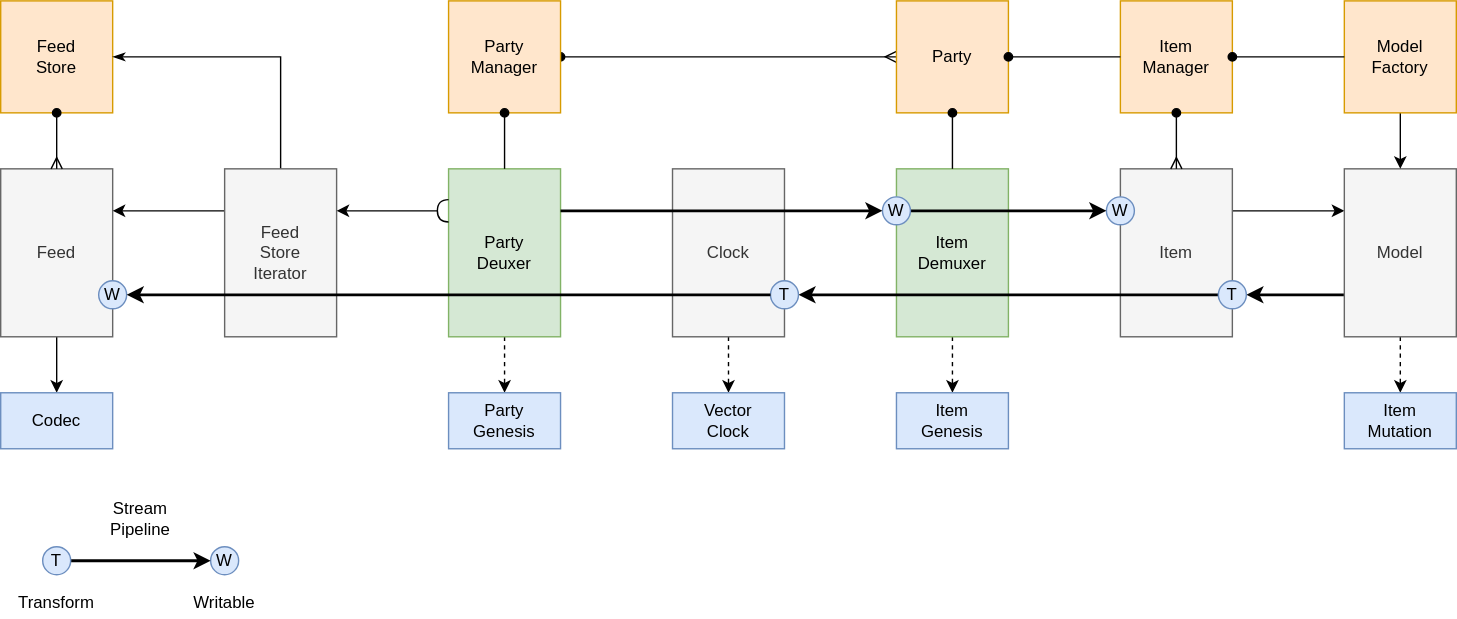
Before: docs/content/diagrams/sreams.svg, a diagram exported from draw.io (dxos/dxos). Source tidied: cells renumbered, new cells last; positions are measured from the earlier drawing's top-left corner, leaving out a move shared by most shapes.
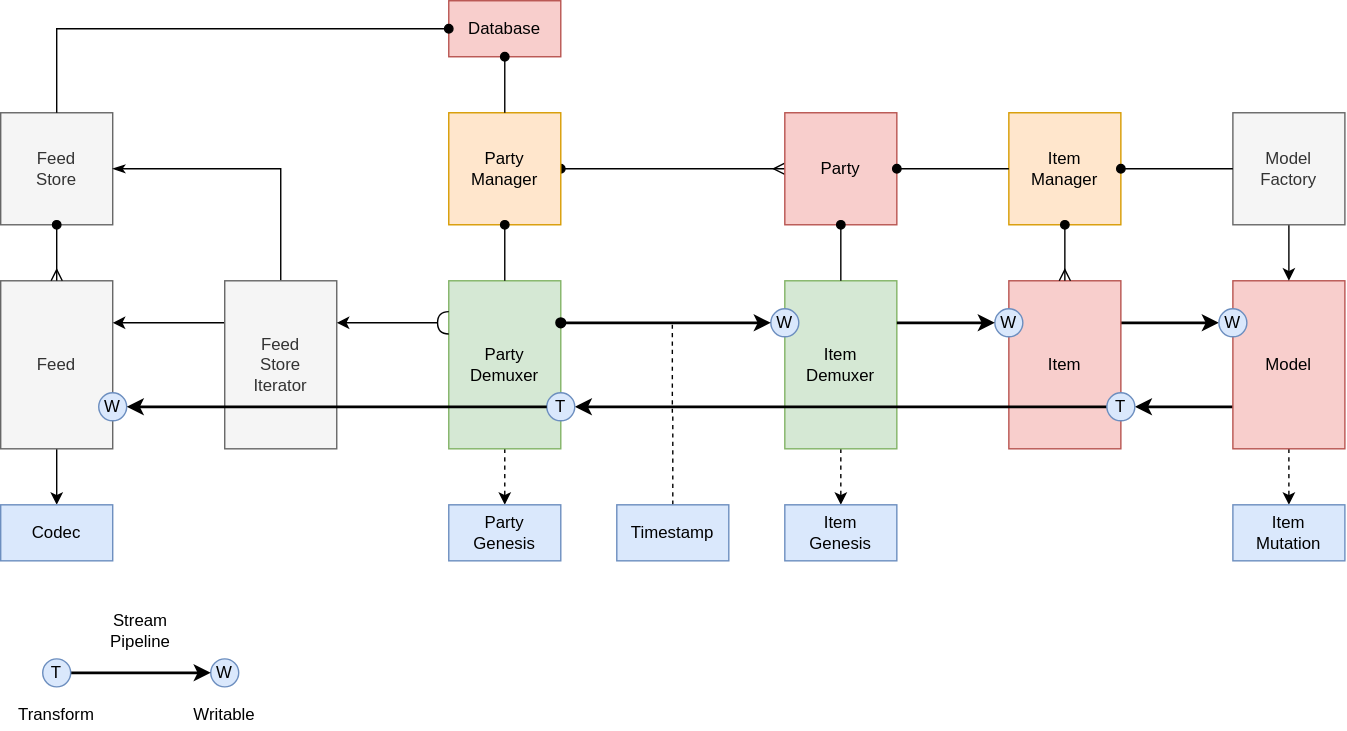
Later version of the same file.

Change to the diagram source:
```diff
@@ -6,7 +6,7 @@
       <mxGeometry relative="1" as="geometry" />
     </mxCell>
     <mxCell id="3" value="Feed" style="rounded=0;whiteSpace=wrap;html=1;fillColor=#f5f5f5;strokeColor=#666666;fontColor=#333333;" parent="1" vertex="1">
-      <mxGeometry y="120" width="80" height="120" as="geometry" />
+      <mxGeometry x="40" y="200" width="80" height="120" as="geometry" />
     </mxCell>
     <mxCell id="4" style="edgeStyle=orthogonalEdgeStyle;rounded=0;jettySize=auto;html=1;entryX=0;entryY=0.5;entryDx=0;entryDy=0;startArrow=oval;startFill=1;endArrow=ERmany;endFill=0;exitX=1;exitY=0.5;exitDx=0;exitDy=0;" parent="1" edge="1" source="50" target="22">
       <mxGeometry relative="1" as="geometry" />
@@ -14,20 +14,20 @@
     <mxCell id="5" style="edgeStyle=orthogonalEdgeStyle;rounded=0;jettySize=auto;html=1;exitX=0.5;exitY=1;exitDx=0;exitDy=0;startArrow=none;startFill=0;endArrow=classic;endFill=1;strokeWidth=1;dashed=1;" parent="1" edge="1" source="6" target="43">
       <mxGeometry relative="1" as="geometry" />
     </mxCell>
-    <mxCell id="6" value="Party&lt;br&gt;Deuxer" style="rounded=0;whiteSpace=wrap;html=1;fillColor=#d5e8d4;strokeColor=#82b366;" parent="1" vertex="1">
-      <mxGeometry x="320" y="120" width="80" height="120" as="geometry" />
+    <mxCell id="6" value="Party&lt;br&gt;Demuxer" style="rounded=0;whiteSpace=wrap;html=1;fillColor=#d5e8d4;strokeColor=#82b366;" parent="1" vertex="1">
+      <mxGeometry x="360" y="200" width="80" height="120" as="geometry" />
     </mxCell>
     <mxCell id="7" style="edgeStyle=orthogonalEdgeStyle;rounded=0;jettySize=auto;html=1;exitX=0.5;exitY=1;exitDx=0;exitDy=0;entryX=0.5;entryY=0;entryDx=0;entryDy=0;dashed=1;startArrow=none;startFill=0;endArrow=classic;endFill=1;strokeWidth=1;" parent="1" edge="1" source="8" target="44">
       <mxGeometry relative="1" as="geometry" />
     </mxCell>
     <mxCell id="8" value="Item&lt;br&gt;Demuxer" style="rounded=0;whiteSpace=wrap;html=1;fillColor=#d5e8d4;strokeColor=#82b366;" parent="1" vertex="1">
-      <mxGeometry x="640" y="120" width="80" height="120" as="geometry" />
+      <mxGeometry x="600" y="200" width="80" height="120" as="geometry" />
     </mxCell>
-    <mxCell id="9" style="edgeStyle=orthogonalEdgeStyle;rounded=0;jettySize=auto;html=1;exitX=1;exitY=0.25;exitDx=0;exitDy=0;entryX=0;entryY=0.25;entryDx=0;entryDy=0;" parent="1" edge="1" source="10" target="13">
+    <mxCell id="9" style="edgeStyle=orthogonalEdgeStyle;rounded=0;jettySize=auto;html=1;strokeWidth=2;" parent="1" edge="1" source="17" target="54">
       <mxGeometry relative="1" as="geometry" />
     </mxCell>
-    <mxCell id="10" value="Item" style="rounded=0;whiteSpace=wrap;html=1;fillColor=#f5f5f5;strokeColor=#666666;fontColor=#333333;" parent="1" vertex="1">
-      <mxGeometry x="800" y="120" width="80" height="120" as="geometry" />
+    <mxCell id="10" value="Item" style="rounded=0;whiteSpace=wrap;html=1;fillColor=#f8cecc;strokeColor=#b85450;" parent="1" vertex="1">
+      <mxGeometry x="760" y="200" width="80" height="120" as="geometry" />
     </mxCell>
     <mxCell id="11" style="edgeStyle=orthogonalEdgeStyle;rounded=0;jettySize=auto;html=1;exitX=0;exitY=0.75;exitDx=0;exitDy=0;entryX=1;entryY=0.5;entryDx=0;entryDy=0;strokeWidth=2;" parent="1" edge="1" source="13" target="16">
       <mxGeometry relative="1" as="geometry" />
@@ -35,38 +35,40 @@
     <mxCell id="12" style="edgeStyle=orthogonalEdgeStyle;rounded=0;jettySize=auto;html=1;exitX=0.5;exitY=1;exitDx=0;exitDy=0;dashed=1;startArrow=none;startFill=0;endArrow=classic;endFill=1;strokeWidth=1;" parent="1" edge="1" source="13" target="45">
       <mxGeometry relative="1" as="geometry" />
     </mxCell>
-    <mxCell id="13" value="Model" style="rounded=0;whiteSpace=wrap;html=1;fillColor=#f5f5f5;strokeColor=#666666;fontColor=#333333;" parent="1" vertex="1">
-      <mxGeometry x="960" y="120" width="80" height="120" as="geometry" />
+    <mxCell id="13" value="Model" style="rounded=0;whiteSpace=wrap;html=1;fillColor=#f8cecc;strokeColor=#b85450;" parent="1" vertex="1">
+      <mxGeometry x="920" y="200" width="80" height="120" as="geometry" />
     </mxCell>
     <mxCell id="14" value="W" style="ellipse;whiteSpace=wrap;html=1;fillColor=#dae8fc;strokeColor=#6c8ebf;" parent="1" vertex="1">
-      <mxGeometry x="70" y="200" width="20" height="20" as="geometry" />
+      <mxGeometry x="110" y="280" width="20" height="20" as="geometry" />
     </mxCell>
     <mxCell id="15" style="edgeStyle=orthogonalEdgeStyle;rounded=0;jettySize=auto;html=1;exitX=0;exitY=0.5;exitDx=0;exitDy=0;entryX=1;entryY=0.5;entryDx=0;entryDy=0;strokeWidth=2;" parent="1" edge="1" source="16" target="30">
       <mxGeometry relative="1" as="geometry" />
     </mxCell>
     <mxCell id="16" value="T" style="ellipse;whiteSpace=wrap;html=1;fillColor=#dae8fc;strokeColor=#6c8ebf;" parent="1" vertex="1">
-      <mxGeometry x="870" y="200" width="20" height="20" as="geometry" />
+      <mxGeometry x="830" y="280" width="20" height="20" as="geometry" />
     </mxCell>
     <mxCell id="17" value="W" style="ellipse;whiteSpace=wrap;html=1;fillColor=#dae8fc;strokeColor=#6c8ebf;" parent="1" vertex="1">
-      <mxGeometry x="790" y="140" width="20" height="20" as="geometry" />
+      <mxGeometry x="750" y="220" width="20" height="20" as="geometry" />
     </mxCell>
-    <mxCell id="18" style="edgeStyle=orthogonalEdgeStyle;rounded=0;jettySize=auto;html=1;exitX=1;exitY=0.5;exitDx=0;exitDy=0;entryX=0;entryY=0.5;entryDx=0;entryDy=0;strokeWidth=2;" parent="1" edge="1" source="19" target="17">
-      <mxGeometry relative="1" as="geometry" />
+    <mxCell id="18" style="edgeStyle=orthogonalEdgeStyle;rounded=0;jettySize=auto;html=1;entryX=0;entryY=0.5;entryDx=0;entryDy=0;strokeWidth=2;" parent="1" edge="1" target="17">
+      <mxGeometry relative="1" as="geometry">
+        <mxPoint x="680" y="230" as="sourcePoint" />
+      </mxGeometry>
     </mxCell>
     <mxCell id="19" value="W" style="ellipse;whiteSpace=wrap;html=1;fillColor=#dae8fc;strokeColor=#6c8ebf;" parent="1" vertex="1">
-      <mxGeometry x="630" y="140" width="20" height="20" as="geometry" />
+      <mxGeometry x="590" y="220" width="20" height="20" as="geometry" />
     </mxCell>
     <mxCell id="20" value="Item&lt;br&gt;Manager" style="rounded=0;whiteSpace=wrap;html=1;fillColor=#ffe6cc;strokeColor=#d79b00;" parent="1" vertex="1">
-      <mxGeometry x="800" width="80" height="80" as="geometry" />
+      <mxGeometry x="760" y="80" width="80" height="80" as="geometry" />
     </mxCell>
     <mxCell id="21" style="edgeStyle=orthogonalEdgeStyle;rounded=0;orthogonalLoop=1;jettySize=auto;html=1;exitX=0.5;exitY=1;exitDx=0;exitDy=0;" parent="1" edge="1" source="20" target="20">
       <mxGeometry relative="1" as="geometry" />
     </mxCell>
-    <mxCell id="22" value="Party" style="rounded=0;whiteSpace=wrap;html=1;fillColor=#ffe6cc;strokeColor=#d79b00;" parent="1" vertex="1">
-      <mxGeometry x="640" width="80" height="80" as="geometry" />
+    <mxCell id="22" value="Party" style="rounded=0;whiteSpace=wrap;html=1;fillColor=#f8cecc;strokeColor=#b85450;" parent="1" vertex="1">
+      <mxGeometry x="600" y="80" width="80" height="80" as="geometry" />
     </mxCell>
-    <mxCell id="23" value="Feed&lt;br&gt;Store" style="rounded=0;whiteSpace=wrap;html=1;fillColor=#ffe6cc;strokeColor=#d79b00;" parent="1" vertex="1">
-      <mxGeometry width="80" height="80" as="geometry" />
+    <mxCell id="23" value="Feed&lt;br&gt;Store" style="rounded=0;whiteSpace=wrap;html=1;fillColor=#f5f5f5;strokeColor=#666666;fontColor=#333333;" parent="1" vertex="1">
+      <mxGeometry x="40" y="80" width="80" height="80" as="geometry" />
     </mxCell>
     <mxCell id="24" style="edgeStyle=orthogonalEdgeStyle;rounded=0;jettySize=auto;html=1;exitX=0.5;exitY=0;exitDx=0;exitDy=0;entryX=1;entryY=0.5;entryDx=0;entryDy=0;endArrow=classicThin;endFill=1;" parent="1" edge="1" source="26" target="23">
       <mxGeometry relative="1" as="geometry" />
@@ -75,19 +77,13 @@
       <mxGeometry relative="1" as="geometry" />
     </mxCell>
     <mxCell id="26" value="Feed&lt;br&gt;Store&lt;br&gt;Iterator" style="rounded=0;whiteSpace=wrap;html=1;fillColor=#f5f5f5;strokeColor=#666666;fontColor=#333333;" parent="1" vertex="1">
-      <mxGeometry x="160" y="120" width="80" height="120" as="geometry" />
+      <mxGeometry x="200" y="200" width="80" height="120" as="geometry" />
     </mxCell>
     <mxCell id="27" style="edgeStyle=orthogonalEdgeStyle;rounded=0;jettySize=auto;html=1;exitX=1;exitY=0.5;exitDx=0;exitDy=0;endArrow=none;endFill=0;startArrow=oval;startFill=1;" parent="1" edge="1" source="22" target="20">
       <mxGeometry relative="1" as="geometry" />
     </mxCell>
-    <mxCell id="28" style="edgeStyle=orthogonalEdgeStyle;rounded=0;jettySize=auto;html=1;exitX=0.5;exitY=1;exitDx=0;exitDy=0;dashed=1;startArrow=none;startFill=0;endArrow=classic;endFill=1;strokeWidth=1;" parent="1" edge="1" source="29" target="46">
-      <mxGeometry relative="1" as="geometry" />
-    </mxCell>
-    <mxCell id="29" value="Clock" style="rounded=0;whiteSpace=wrap;html=1;fillColor=#f5f5f5;strokeColor=#666666;fontColor=#333333;" parent="1" vertex="1">
-      <mxGeometry x="480" y="120" width="80" height="120" as="geometry" />
-    </mxCell>
     <mxCell id="30" value="T" style="ellipse;whiteSpace=wrap;html=1;fillColor=#dae8fc;strokeColor=#6c8ebf;" parent="1" vertex="1">
-      <mxGeometry x="550" y="200" width="20" height="20" as="geometry" />
+      <mxGeometry x="430" y="280" width="20" height="20" as="geometry" />
     </mxCell>
     <mxCell id="31" style="edgeStyle=orthogonalEdgeStyle;rounded=0;jettySize=auto;html=1;entryX=1;entryY=0.5;entryDx=0;entryDy=0;strokeWidth=2;" parent="1" edge="1" source="30" target="14">
       <mxGeometry relative="1" as="geometry" />
@@ -101,53 +97,58 @@
     <mxCell id="34" style="edgeStyle=orthogonalEdgeStyle;rounded=0;jettySize=auto;html=1;exitX=0.5;exitY=1;exitDx=0;exitDy=0;entryX=0.5;entryY=0;entryDx=0;entryDy=0;startArrow=none;startFill=0;endArrow=classic;endFill=1;strokeWidth=1;" parent="1" edge="1" source="35" target="13">
       <mxGeometry relative="1" as="geometry" />
     </mxCell>
-    <mxCell id="35" value="Model&lt;br&gt;Factory" style="rounded=0;whiteSpace=wrap;html=1;fillColor=#ffe6cc;strokeColor=#d79b00;" parent="1" vertex="1">
-      <mxGeometry x="960" width="80" height="80" as="geometry" />
+    <mxCell id="35" value="Model&lt;br&gt;Factory" style="rounded=0;whiteSpace=wrap;html=1;fillColor=#f5f5f5;strokeColor=#666666;fontColor=#333333;" parent="1" vertex="1">
+      <mxGeometry x="920" y="80" width="80" height="80" as="geometry" />
     </mxCell>
     <mxCell id="36" style="edgeStyle=orthogonalEdgeStyle;rounded=0;jettySize=auto;html=1;exitX=1;exitY=0.5;exitDx=0;exitDy=0;startArrow=oval;startFill=1;endArrow=none;endFill=0;strokeWidth=1;" parent="1" edge="1" source="20" target="35">
       <mxGeometry relative="1" as="geometry" />
     </mxCell>
     <mxCell id="37" value="Codec" style="rounded=0;whiteSpace=wrap;html=1;fillColor=#dae8fc;strokeColor=#6c8ebf;" parent="1" vertex="1">
-      <mxGeometry y="280" width="80" height="40" as="geometry" />
+      <mxGeometry x="40" y="360" width="80" height="40" as="geometry" />
     </mxCell>
     <mxCell id="38" value="W" style="ellipse;whiteSpace=wrap;html=1;fillColor=#dae8fc;strokeColor=#6c8ebf;" parent="1" vertex="1">
-      <mxGeometry x="150" y="390" width="20" height="20" as="geometry" />
+      <mxGeometry x="190" y="470" width="20" height="20" as="geometry" />
     </mxCell>
     <mxCell id="39" style="edgeStyle=orthogonalEdgeStyle;rounded=0;jettySize=auto;html=1;exitX=1;exitY=0.5;exitDx=0;exitDy=0;entryX=0;entryY=0.5;entryDx=0;entryDy=0;startArrow=none;startFill=0;endArrow=classic;endFill=1;strokeWidth=2;" parent="1" edge="1" source="40" target="38">
       <mxGeometry relative="1" as="geometry" />
     </mxCell>
     <mxCell id="40" value="T" style="ellipse;whiteSpace=wrap;html=1;fillColor=#dae8fc;strokeColor=#6c8ebf;" parent="1" vertex="1">
-      <mxGeometry x="30" y="390" width="20" height="20" as="geometry" />
+      <mxGeometry x="70" y="470" width="20" height="20" as="geometry" />
     </mxCell>
     <mxCell id="41" value="Writable" style="text;html=1;strokeColor=none;fillColor=none;align=center;verticalAlign=middle;whiteSpace=wrap;rounded=0;" parent="1" vertex="1">
-      <mxGeometry x="120" y="420" width="80" height="20" as="geometry" />
+      <mxGeometry x="160" y="500" width="80" height="20" as="geometry" />
     </mxCell>
     <mxCell id="42" value="Transform" style="text;html=1;strokeColor=none;fillColor=none;align=center;verticalAlign=middle;whiteSpace=wrap;rounded=0;" parent="1" vertex="1">
-      <mxGeometry y="420" width="80" height="20" as="geometry" />
+      <mxGeometry x="40" y="500" width="80" height="20" as="geometry" />
     </mxCell>
     <mxCell id="43" value="Party&lt;br&gt;Genesis" style="rounded=0;whiteSpace=wrap;html=1;fillColor=#dae8fc;strokeColor=#6c8ebf;" parent="1" vertex="1">
-      <mxGeometry x="320" y="280" width="80" height="40" as="geometry" />
+      <mxGeometry x="360" y="360" width="80" height="40" as="geometry" />
     </mxCell>
     <mxCell id="44" value="Item&lt;br&gt;Genesis" style="rounded=0;whiteSpace=wrap;html=1;fillColor=#dae8fc;strokeColor=#6c8ebf;" parent="1" vertex="1">
-      <mxGeometry x="640" y="280" width="80" height="40" as="geometry" />
+      <mxGeometry x="600" y="360" width="80" height="40" as="geometry" />
     </mxCell>
     <mxCell id="45" value="Item&lt;br&gt;Mutation" style="rounded=0;whiteSpace=wrap;html=1;fillColor=#dae8fc;strokeColor=#6c8ebf;" parent="1" vertex="1">
-      <mxGeometry x="960" y="280" width="80" height="40" as="geometry" />
+      <mxGeometry x="920" y="360" width="80" height="40" as="geometry" />
     </mxCell>
+    <mxCell id="53" style="edgeStyle=orthogonalEdgeStyle;rounded=0;jettySize=auto;html=1;exitX=0.5;exitY=0;exitDx=0;exitDy=0;startArrow=none;startFill=0;endArrow=none;endFill=0;strokeWidth=1;dashed=1;" parent="1" edge="1" source="46">
+      <mxGeometry relative="1" as="geometry">
+        <mxPoint x="519.7" y="230" as="targetPoint" />
+      </mxGeometry>
+    </mxCell>
-    <mxCell id="46" value="Vector&lt;br&gt;Clock" style="rounded=0;whiteSpace=wrap;html=1;fillColor=#dae8fc;strokeColor=#6c8ebf;" parent="1" vertex="1">
-      <mxGeometry x="480" y="280" width="80" height="40" as="geometry" />
+    <mxCell id="46" value="Timestamp" style="rounded=0;whiteSpace=wrap;html=1;fillColor=#dae8fc;strokeColor=#6c8ebf;" parent="1" vertex="1">
+      <mxGeometry x="480" y="360" width="80" height="40" as="geometry" />
     </mxCell>
     <mxCell id="47" value="Stream&lt;br&gt;Pipeline" style="text;html=1;strokeColor=none;fillColor=none;align=center;verticalAlign=middle;whiteSpace=wrap;rounded=0;" parent="1" vertex="1">
-      <mxGeometry x="40" y="360" width="120" height="20" as="geometry" />
+      <mxGeometry x="80" y="440" width="120" height="20" as="geometry" />
     </mxCell>
-    <mxCell id="48" style="edgeStyle=orthogonalEdgeStyle;rounded=0;jettySize=auto;html=1;exitX=1;exitY=0.25;exitDx=0;exitDy=0;strokeWidth=2;" parent="1" edge="1" source="6" target="19">
+    <mxCell id="48" style="edgeStyle=orthogonalEdgeStyle;rounded=0;jettySize=auto;html=1;exitX=1;exitY=0.25;exitDx=0;exitDy=0;strokeWidth=2;startArrow=oval;startFill=1;" parent="1" edge="1" source="6" target="19">
       <mxGeometry relative="1" as="geometry" />
     </mxCell>
     <mxCell id="49" style="edgeStyle=orthogonalEdgeStyle;rounded=0;jettySize=auto;html=1;exitX=0;exitY=0.25;exitDx=0;exitDy=0;entryX=1;entryY=0.25;entryDx=0;entryDy=0;startArrow=halfCircle;startFill=0;" parent="1" edge="1" source="6" target="26">
       <mxGeometry relative="1" as="geometry" />
     </mxCell>
     <mxCell id="50" value="Party&lt;br&gt;Manager" style="rounded=0;whiteSpace=wrap;html=1;fillColor=#ffe6cc;strokeColor=#d79b00;" parent="1" vertex="1">
-      <mxGeometry x="320" width="80" height="80" as="geometry" />
+      <mxGeometry x="360" y="80" width="80" height="80" as="geometry" />
     </mxCell>
     <mxCell id="51" style="edgeStyle=orthogonalEdgeStyle;rounded=0;jettySize=auto;html=1;exitX=0.5;exitY=1;exitDx=0;exitDy=0;startArrow=oval;startFill=1;endArrow=none;endFill=0;strokeWidth=1;" parent="1" edge="1" source="50" target="6">
       <mxGeometry relative="1" as="geometry" />
@@ -155,5 +156,17 @@
     <mxCell id="52" style="edgeStyle=orthogonalEdgeStyle;rounded=0;jettySize=auto;html=1;exitX=0.5;exitY=1;exitDx=0;exitDy=0;entryX=0.5;entryY=0;entryDx=0;entryDy=0;endArrow=ERmany;endFill=0;startArrow=oval;startFill=1;" parent="1" edge="1" source="23" target="3">
       <mxGeometry relative="1" as="geometry" />
     </mxCell>
+    <mxCell id="54" value="W" style="ellipse;whiteSpace=wrap;html=1;fillColor=#dae8fc;strokeColor=#6c8ebf;" parent="1" vertex="1">
+      <mxGeometry x="910" y="220" width="20" height="20" as="geometry" />
+    </mxCell>
+    <mxCell id="55" value="Database" style="rounded=0;whiteSpace=wrap;html=1;fillColor=#f8cecc;strokeColor=#b85450;" parent="1" vertex="1">
+      <mxGeometry x="360" width="80" height="40" as="geometry" />
+    </mxCell>
+    <mxCell id="56" style="edgeStyle=orthogonalEdgeStyle;rounded=0;jettySize=auto;html=1;exitX=0.5;exitY=1;exitDx=0;exitDy=0;startArrow=oval;startFill=1;endArrow=none;endFill=0;strokeWidth=1;" parent="1" edge="1" source="55" target="50">
+      <mxGeometry relative="1" as="geometry" />
+    </mxCell>
+    <mxCell id="57" style="edgeStyle=orthogonalEdgeStyle;rounded=0;jettySize=auto;html=1;exitX=0;exitY=0.5;exitDx=0;exitDy=0;startArrow=oval;startFill=1;endArrow=none;endFill=0;strokeWidth=1;" parent="1" edge="1" source="55" target="23">
+      <mxGeometry relative="1" as="geometry" />
+    </mxCell>
   </root>
 </mxGraphModel>
```
